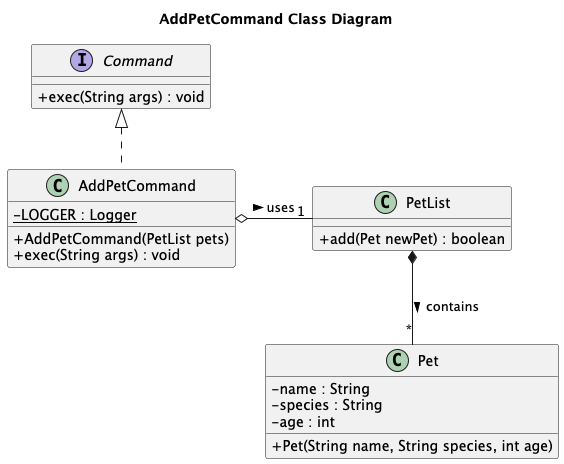
This is docs/diagrams/AddPetCommand_Class_Diagram.png from Kevin88866/tp, a PlantUML export, as it was before one commit.
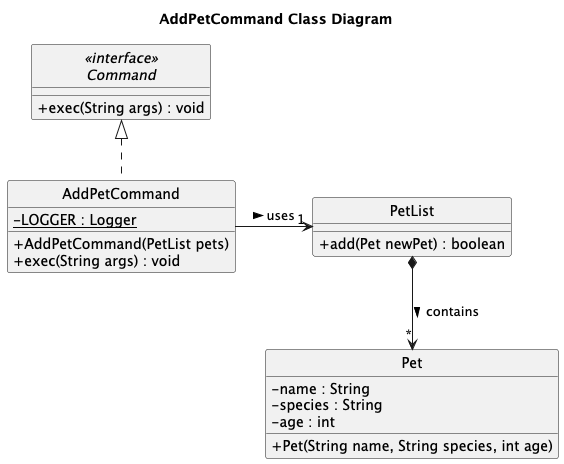
Later version of the same file.

Commit message:
Update add-pet class diagram for UML syntax

The edit, as a diff of the source:
```diff
@@ -1,8 +1,10 @@
 @startuml
 skinparam classAttributeIconSize 0
+hide circle
+
 title AddPetCommand Class Diagram
 
-interface Command {
+interface "<<interface>>\nCommand" as Command {
     + exec(String args) : void
 }
 
@@ -25,9 +27,9 @@
 
 Command <|.. AddPetCommand
 
-AddPetCommand o-- "1" PetList : uses >
+AddPetCommand --> "1" PetList : uses >
 
-PetList *-- "*" Pet : contains >
+PetList *--> "*" Pet : contains >
 
 AddPetCommand -right[hidden]- PetList
 
```
